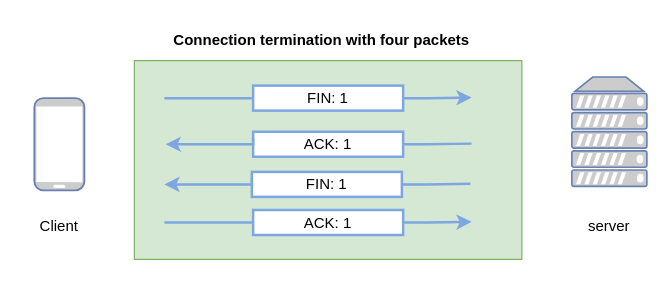
baoqger/drawing.io keeps this draw.io diagram as tcp_termination.drawio. Above is the earlier version. Source tidied: cells renumbered, new cells numbered last; positions are measured from the earlier drawing's top-left corner, leaving out a move shared by most shapes. Both pictures are drawn from the tidied source at 125%, with x=0, y=0 at pixel (21, 21).
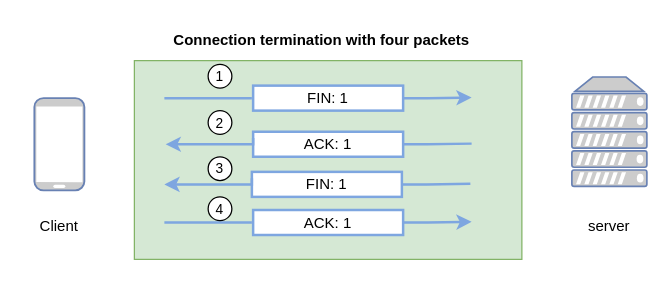
The same diagram, later.

The edit, as a diff of the source:
```diff
@@
+    <mxCell id="20" value="&lt;font style=&quot;font-size: 11px&quot;&gt;1&lt;/font&gt;" style="ellipse;whiteSpace=wrap;html=1;" parent="1" vertex="1">
+      <mxGeometry x="149" y="34" width="19" height="19" as="geometry" />
+    </mxCell>
+    <mxCell id="21" value="&lt;font style=&quot;font-size: 11px&quot;&gt;2&lt;/font&gt;" style="ellipse;whiteSpace=wrap;html=1;" parent="1" vertex="1">
+      <mxGeometry x="149" y="71" width="19" height="19" as="geometry" />
+    </mxCell>
+    <mxCell id="22" value="&lt;font style=&quot;font-size: 11px&quot;&gt;3&lt;/font&gt;" style="ellipse;whiteSpace=wrap;html=1;" parent="1" vertex="1">
+      <mxGeometry x="149" y="107.9" width="19" height="19" as="geometry" />
+    </mxCell>
+    <mxCell id="23" value="&lt;font style=&quot;font-size: 11px&quot;&gt;4&lt;/font&gt;" style="ellipse;whiteSpace=wrap;html=1;" parent="1" vertex="1">
+      <mxGeometry x="149" y="140" width="19" height="19" as="geometry" />
+    </mxCell>
```
